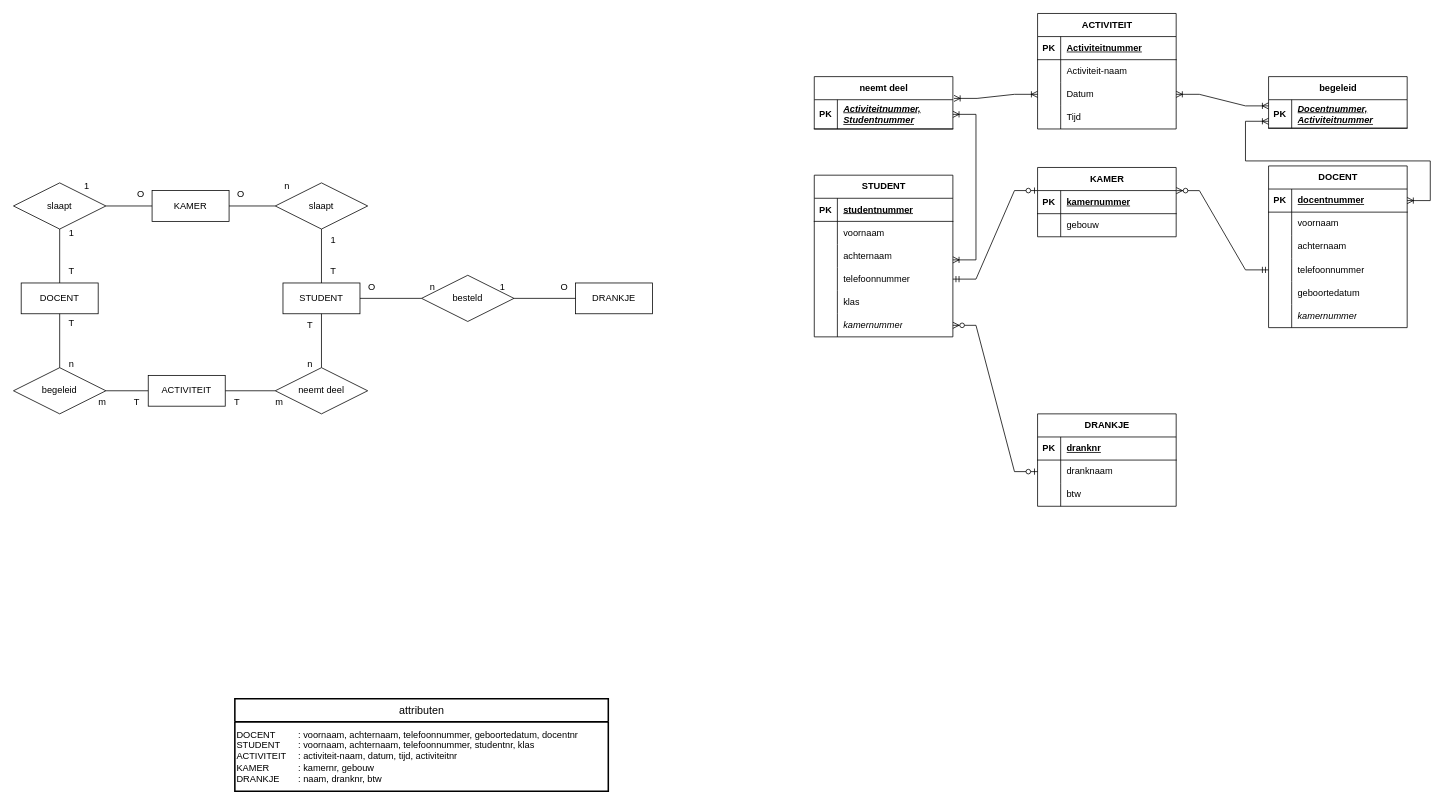
This is ERD project.drawio from Thomas01v/ProjectDatabases, a draw.io file, before an edit. Source tidied: cells renumbered, new cells numbered last; positions are measured from the earlier drawing's top-left corner, leaving out a move shared by most shapes. Both pictures are drawn from the tidied source at 77%, with x=0, y=0 at pixel (13, 13).
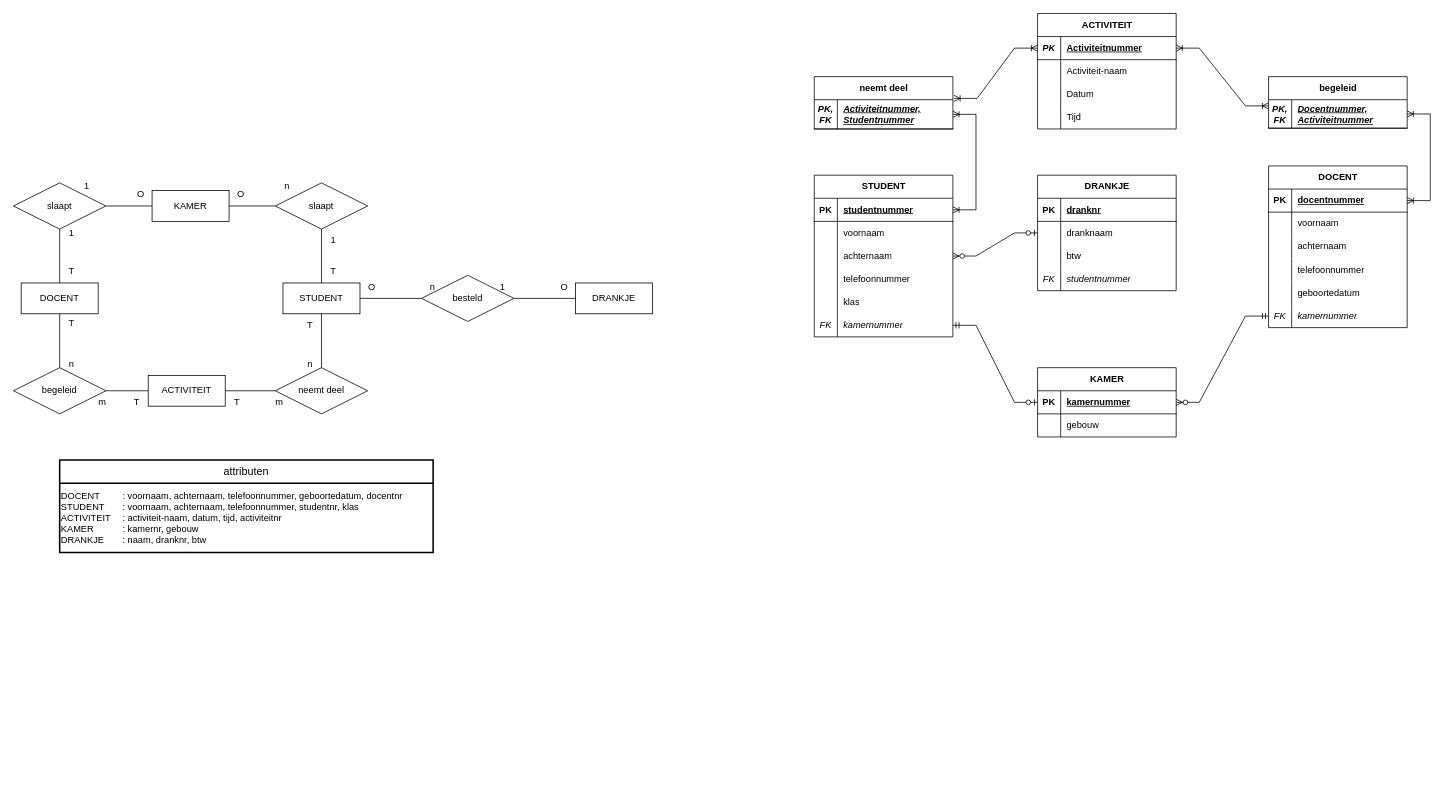
The same page after the edit.

Commit message (it also covers changes not shown here):
updated diagram and linked correct database

The change refers to these unchanged cells:
```xml
<mxCell id="48" style="shape=tableRow;horizontal=0;startSize=0;swimlaneHead=0;swimlaneBody=0;fillColor=none;points=[[0,0.5],[1,0.5]];portConstraint=eastwest;top=0;left=0;right=0;bottom=0;" parent="44" vertex="1">
  <mxGeometry y="60" width="180" height="30" as="geometry" />
</mxCell>
<mxCell id="55" style="shape=tableRow;horizontal=0;startSize=0;swimlaneHead=0;swimlaneBody=0;fillColor=none;points=[[0,0.5],[1,0.5]];portConstraint=eastwest;top=0;left=0;right=0;bottom=1;" parent="54" vertex="1">
  <mxGeometry y="30" width="180" height="30" as="geometry" />
</mxCell>
<mxCell id="61" style="shape=tableRow;horizontal=0;startSize=0;swimlaneHead=0;swimlaneBody=0;fillColor=none;points=[[0,0.5],[1,0.5]];portConstraint=eastwest;top=0;left=0;right=0;bottom=0;" parent="54" vertex="1">
  <mxGeometry y="90" width="180" height="30" as="geometry" />
</mxCell>
<mxCell id="64" style="shape=tableRow;horizontal=0;startSize=0;swimlaneHead=0;swimlaneBody=0;fillColor=none;points=[[0,0.5],[1,0.5]];portConstraint=eastwest;top=0;left=0;right=0;bottom=0;" parent="54" vertex="1">
  <mxGeometry y="120" width="180" height="30" as="geometry" />
</mxCell>
<mxCell id="70" style="shape=tableRow;horizontal=0;startSize=0;swimlaneHead=0;swimlaneBody=0;fillColor=none;points=[[0,0.5],[1,0.5]];portConstraint=eastwest;top=0;left=0;right=0;bottom=0;" parent="54" vertex="1">
  <mxGeometry y="180" width="180" height="30" as="geometry" />
</mxCell>
<mxCell id="74" style="shape=tableRow;horizontal=0;startSize=0;swimlaneHead=0;swimlaneBody=0;fillColor=none;points=[[0,0.5],[1,0.5]];portConstraint=eastwest;top=0;left=0;right=0;bottom=1;" parent="73" vertex="1">
  <mxGeometry y="30" width="180" height="30" as="geometry" />
</mxCell>
<mxCell id="81" style="shape=tableRow;horizontal=0;startSize=0;swimlaneHead=0;swimlaneBody=0;fillColor=none;points=[[0,0.5],[1,0.5]];portConstraint=eastwest;top=0;left=0;right=0;bottom=1;" parent="80" vertex="1">
  <mxGeometry y="30" width="180" height="30" as="geometry" />
</mxCell>
<mxCell id="90" style="shape=tableRow;horizontal=0;startSize=0;swimlaneHead=0;swimlaneBody=0;fillColor=none;points=[[0,0.5],[1,0.5]];portConstraint=eastwest;top=0;left=0;right=0;bottom=0;" parent="80" vertex="1">
  <mxGeometry y="120" width="180" height="30" as="geometry" />
</mxCell>
<mxCell id="96" style="shape=tableRow;horizontal=0;startSize=0;swimlaneHead=0;swimlaneBody=0;fillColor=none;points=[[0,0.5],[1,0.5]];portConstraint=eastwest;top=0;left=0;right=0;bottom=0;" parent="80" vertex="1">
  <mxGeometry y="180" width="180" height="30" as="geometry" />
</mxCell>
<mxCell id="102" style="shape=tableRow;horizontal=0;startSize=0;swimlaneHead=0;swimlaneBody=0;fillColor=none;points=[[0,0.5],[1,0.5]];portConstraint=eastwest;top=0;left=0;right=0;bottom=1;" parent="101" vertex="1">
  <mxGeometry y="30" width="180" height="37" as="geometry" />
</mxCell>
<mxCell id="106" style="shape=tableRow;horizontal=0;startSize=0;swimlaneHead=0;swimlaneBody=0;fillColor=none;points=[[0,0.5],[1,0.5]];portConstraint=eastwest;top=0;left=0;right=0;bottom=1;" parent="105" vertex="1">
  <mxGeometry y="30" width="180" height="30" as="geometry" />
</mxCell>
<mxCell id="112" style="shape=tableRow;horizontal=0;startSize=0;swimlaneHead=0;swimlaneBody=0;fillColor=none;points=[[0,0.5],[1,0.5]];portConstraint=eastwest;top=0;left=0;right=0;bottom=0;" parent="105" vertex="1">
  <mxGeometry y="90" width="180" height="30" as="geometry" />
</mxCell>
<mxCell id="118" value="neemt deel" style="shape=table;startSize=30;childLayout=tableLayout;rowLines=0;fontStyle=1;align=center;html=1;" parent="1" vertex="1">
  <mxGeometry x="1040" y="82" width="180" height="68" as="geometry" />
</mxCell>
<mxCell id="119" style="shape=tableRow;horizontal=0;startSize=0;swimlaneHead=0;swimlaneBody=0;fillColor=none;points=[[0,0.5],[1,0.5]];portConstraint=eastwest;top=0;left=0;right=0;bottom=1;" parent="118" vertex="1">
  <mxGeometry y="30" width="180" height="38" as="geometry" />
</mxCell>
```

The edit, as a diff of the source:
```diff
@@
     <mxCell id="42" value="attributen" style="swimlane;horizontal=1;startSize=30;rounded=1;fontSize=14;fontStyle=0;strokeWidth=2;shadow=0;dashed=0;align=center;arcSize=0;whiteSpace=wrap;html=1;" parent="1" vertex="1">
-      <mxGeometry x="287.5" y="890" width="485" height="120" as="geometry" />
+      <mxGeometry x="60" y="580" width="485" height="120" as="geometry" />
     </mxCell>
@@
     <mxCell id="44" value="DRANKJE" style="shape=table;startSize=30;childLayout=tableLayout;rowLines=0;fontStyle=1;align=center;html=1;" parent="1" vertex="1">
-      <mxGeometry x="1330" y="520" width="180" height="120" as="geometry" />
+      <mxGeometry x="1330" y="210" width="180" height="150" as="geometry" />
     </mxCell>
@@
+    <mxCell id="127" style="shape=tableRow;horizontal=0;startSize=0;swimlaneHead=0;swimlaneBody=0;fillColor=none;top=0;left=0;right=0;bottom=0;" parent="44" vertex="1">
+      <mxGeometry y="120" width="180" height="30" as="geometry" />
+    </mxCell>
+    <mxCell id="128" value="&lt;i&gt;FK&lt;/i&gt;" style="shape=partialRectangle;fillColor=none;top=0;left=0;bottom=0;right=0;overflow=hidden;whiteSpace=wrap;html=1;" parent="127" vertex="1">
+      <mxGeometry width="30" height="30" as="geometry" />
+    </mxCell>
+    <mxCell id="129" value="&lt;i&gt;studentnummer&lt;/i&gt;" style="shape=partialRectangle;fillColor=none;top=0;left=0;bottom=0;right=0;align=left;spacingLeft=6;overflow=hidden;whiteSpace=wrap;html=1;" parent="127" vertex="1">
+      <mxGeometry x="30" width="150" height="30" as="geometry" />
+    </mxCell>
@@
-    <mxCell id="71" style="shape=partialRectangle;fillColor=none;top=0;left=0;bottom=0;right=0;overflow=hidden;whiteSpace=wrap;html=1;" parent="70" vertex="1">
+    <mxCell id="71" value="&lt;i&gt;FK&lt;/i&gt;" style="shape=partialRectangle;fillColor=none;top=0;left=0;bottom=0;right=0;overflow=hidden;whiteSpace=wrap;html=1;" parent="70" vertex="1">
       <mxGeometry width="30" height="30" as="geometry" />
     </mxCell>
@@
     <mxCell id="73" value="KAMER" style="shape=table;startSize=30;childLayout=tableLayout;rowLines=0;fontStyle=1;align=center;html=1;" parent="1" vertex="1">
-      <mxGeometry x="1330" y="200" width="180" height="90" as="geometry" />
+      <mxGeometry x="1330" y="460" width="180" height="90" as="geometry" />
     </mxCell>
@@
-    <mxCell id="97" style="shape=partialRectangle;fillColor=none;top=0;left=0;bottom=0;right=0;overflow=hidden;whiteSpace=wrap;html=1;" parent="96" vertex="1">
+    <mxCell id="97" value="&lt;i&gt;FK&lt;/i&gt;" style="shape=partialRectangle;fillColor=none;top=0;left=0;bottom=0;right=0;overflow=hidden;whiteSpace=wrap;html=1;" parent="96" vertex="1">
       <mxGeometry width="30" height="30" as="geometry" />
     </mxCell>
@@
-    <mxCell id="99" style="edgeStyle=entityRelationEdgeStyle;fontSize=12;html=1;endArrow=ERzeroToOne;startArrow=ERmandOne;rounded=0;exitX=1;exitY=0.5;exitDx=0;exitDy=0;" parent="1" edge="1" source="64">
+    <mxCell id="99" style="edgeStyle=entityRelationEdgeStyle;fontSize=12;html=1;endArrow=ERzeroToOne;startArrow=ERmandOne;rounded=0;exitX=1;exitY=0.5;exitDx=0;exitDy=0;entryX=0;entryY=0.5;entryDx=0;entryDy=0;" parent="1" edge="1" source="70" target="74">
       <mxGeometry relative="1" as="geometry">
-        <mxPoint x="1330" y="230" as="targetPoint" />
+        <Array as="points">
+          <mxPoint x="1280" y="230" />
+        </Array>
       </mxGeometry>
     </mxCell>
-    <mxCell id="100" style="edgeStyle=entityRelationEdgeStyle;fontSize=12;html=1;endArrow=ERzeroToMany;startArrow=ERmandOne;rounded=0;entryX=1.001;entryY=0.002;entryDx=0;entryDy=0;entryPerimeter=0;exitX=0;exitY=0.5;exitDx=0;exitDy=0;" parent="1" edge="1" source="90" target="74">
+    <mxCell id="100" style="edgeStyle=entityRelationEdgeStyle;fontSize=12;html=1;endArrow=ERzeroToMany;startArrow=ERmandOne;rounded=0;entryX=1;entryY=0.5;entryDx=0;entryDy=0;exitX=0;exitY=0.5;exitDx=0;exitDy=0;" parent="1" edge="1" source="96" target="74">
       <mxGeometry relative="1" as="geometry" />
     </mxCell>
@@
-    <mxCell id="103" value="PK" style="shape=partialRectangle;fillColor=none;top=0;left=0;bottom=0;right=0;fontStyle=1;overflow=hidden;whiteSpace=wrap;html=1;" parent="102" vertex="1">
+    <mxCell id="103" value="&lt;div&gt;&lt;i&gt;PK,&lt;/i&gt;&lt;/div&gt;&lt;div&gt;&lt;i&gt;FK&lt;br&gt;&lt;/i&gt;&lt;/div&gt;" style="shape=partialRectangle;fillColor=none;top=0;left=0;bottom=0;right=0;fontStyle=1;overflow=hidden;whiteSpace=wrap;html=1;" parent="102" vertex="1">
       <mxGeometry width="30" height="37" as="geometry" />
     </mxCell>
@@
-    <mxCell id="107" value="PK" style="shape=partialRectangle;fillColor=none;top=0;left=0;bottom=0;right=0;fontStyle=1;overflow=hidden;whiteSpace=wrap;html=1;" parent="106" vertex="1">
+    <mxCell id="107" value="&lt;div&gt;&lt;i&gt;PK&lt;br&gt;&lt;/i&gt;&lt;/div&gt;" style="shape=partialRectangle;fillColor=none;top=0;left=0;bottom=0;right=0;fontStyle=1;overflow=hidden;whiteSpace=wrap;html=1;" parent="106" vertex="1">
       <mxGeometry width="30" height="30" as="geometry" />
     </mxCell>
@@
-    <mxCell id="120" value="PK" style="shape=partialRectangle;fillColor=none;top=0;left=0;bottom=0;right=0;fontStyle=1;overflow=hidden;whiteSpace=wrap;html=1;" parent="119" vertex="1">
+    <mxCell id="120" value="&lt;div&gt;&lt;i&gt;PK,&lt;/i&gt;&lt;/div&gt;&lt;div&gt;&lt;i&gt;FK&lt;br&gt;&lt;/i&gt;&lt;/div&gt;" style="shape=partialRectangle;fillColor=none;top=0;left=0;bottom=0;right=0;fontStyle=1;overflow=hidden;whiteSpace=wrap;html=1;" parent="119" vertex="1">
       <mxGeometry width="30" height="38" as="geometry" />
     </mxCell>
@@
-    <mxCell id="122" style="edgeStyle=entityRelationEdgeStyle;fontSize=12;html=1;endArrow=ERoneToMany;startArrow=ERoneToMany;rounded=0;entryX=1;entryY=0.5;entryDx=0;entryDy=0;" parent="1" edge="1" target="119">
-      <mxGeometry relative="1" as="geometry">
-        <mxPoint x="1220" y="320" as="sourcePoint" />
-      </mxGeometry>
+    <mxCell id="122" style="edgeStyle=entityRelationEdgeStyle;fontSize=12;html=1;endArrow=ERoneToMany;startArrow=ERoneToMany;rounded=0;entryX=1;entryY=0.5;entryDx=0;entryDy=0;exitX=1;exitY=0.5;exitDx=0;exitDy=0;" parent="1" edge="1" source="55" target="119">
+      <mxGeometry relative="1" as="geometry" />
     </mxCell>
-    <mxCell id="123" style="edgeStyle=entityRelationEdgeStyle;fontSize=12;html=1;endArrow=ERoneToMany;startArrow=ERoneToMany;rounded=0;exitX=1.008;exitY=0.416;exitDx=0;exitDy=0;exitPerimeter=0;entryX=0;entryY=0.5;entryDx=0;entryDy=0;" parent="1" edge="1" source="118" target="112">
+    <mxCell id="123" style="edgeStyle=entityRelationEdgeStyle;fontSize=12;html=1;endArrow=ERoneToMany;startArrow=ERoneToMany;rounded=0;exitX=1.008;exitY=0.416;exitDx=0;exitDy=0;exitPerimeter=0;entryX=0;entryY=0.5;entryDx=0;entryDy=0;" parent="1" edge="1" source="118" target="106">
       <mxGeometry relative="1" as="geometry" />
     </mxCell>
-    <mxCell id="124" style="edgeStyle=entityRelationEdgeStyle;fontSize=12;html=1;endArrow=ERoneToMany;startArrow=ERoneToMany;rounded=0;" parent="1" edge="1" source="112">
+    <mxCell id="124" style="edgeStyle=entityRelationEdgeStyle;fontSize=12;html=1;endArrow=ERoneToMany;startArrow=ERoneToMany;rounded=0;exitX=1;exitY=0.5;exitDx=0;exitDy=0;" parent="1" edge="1" source="106">
       <mxGeometry relative="1" as="geometry">
         <mxPoint x="1630" y="120" as="targetPoint" />
       </mxGeometry>
     </mxCell>
-    <mxCell id="125" style="edgeStyle=entityRelationEdgeStyle;fontSize=12;html=1;endArrow=ERoneToMany;startArrow=ERoneToMany;rounded=0;" parent="1" edge="1" source="81">
-      <mxGeometry relative="1" as="geometry">
-        <mxPoint x="1630" y="140" as="targetPoint" />
-      </mxGeometry>
+    <mxCell id="125" style="edgeStyle=entityRelationEdgeStyle;fontSize=12;html=1;endArrow=ERoneToMany;startArrow=ERoneToMany;rounded=0;entryX=1;entryY=0.5;entryDx=0;entryDy=0;" parent="1" edge="1" source="81" target="102">
+      <mxGeometry relative="1" as="geometry" />
     </mxCell>
-    <mxCell id="126" style="edgeStyle=entityRelationEdgeStyle;fontSize=12;html=1;endArrow=ERzeroToMany;startArrow=ERzeroToOne;rounded=0;entryX=1;entryY=0.5;entryDx=0;entryDy=0;exitX=0;exitY=0.5;exitDx=0;exitDy=0;" parent="1" edge="1" source="48" target="70">
+    <mxCell id="126" style="edgeStyle=entityRelationEdgeStyle;fontSize=12;html=1;endArrow=ERzeroToMany;startArrow=ERzeroToOne;rounded=0;entryX=1;entryY=0.5;entryDx=0;entryDy=0;exitX=0;exitY=0.5;exitDx=0;exitDy=0;" parent="1" edge="1" source="48" target="61">
       <mxGeometry relative="1" as="geometry" />
     </mxCell>
```
